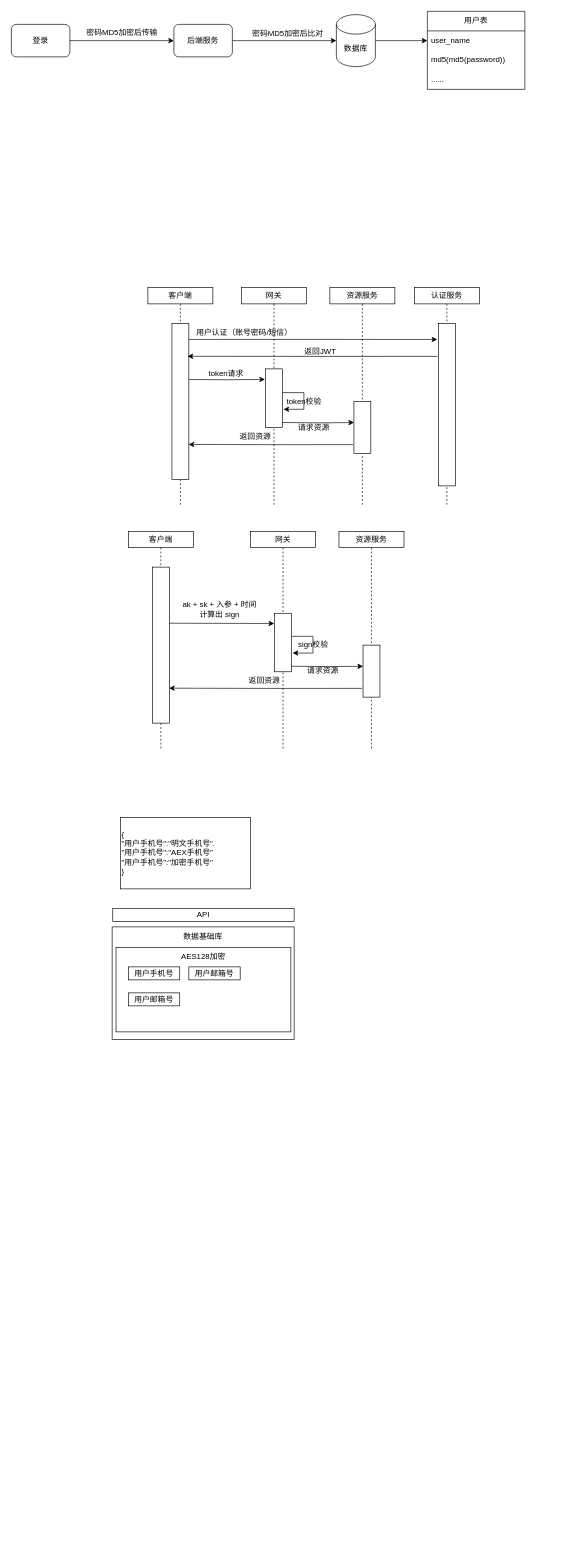
This is yzs/工业平台安全体系.drawio from yanglei1992/documents, a draw.io file, before an edit. Source tidied: cells renumbered, new cells numbered last; positions are measured from the earlier drawing's top-left corner, leaving out a move shared by most shapes. Both pictures are drawn from the tidied source at 65%, with x=0, y=0 at pixel (11, 11).
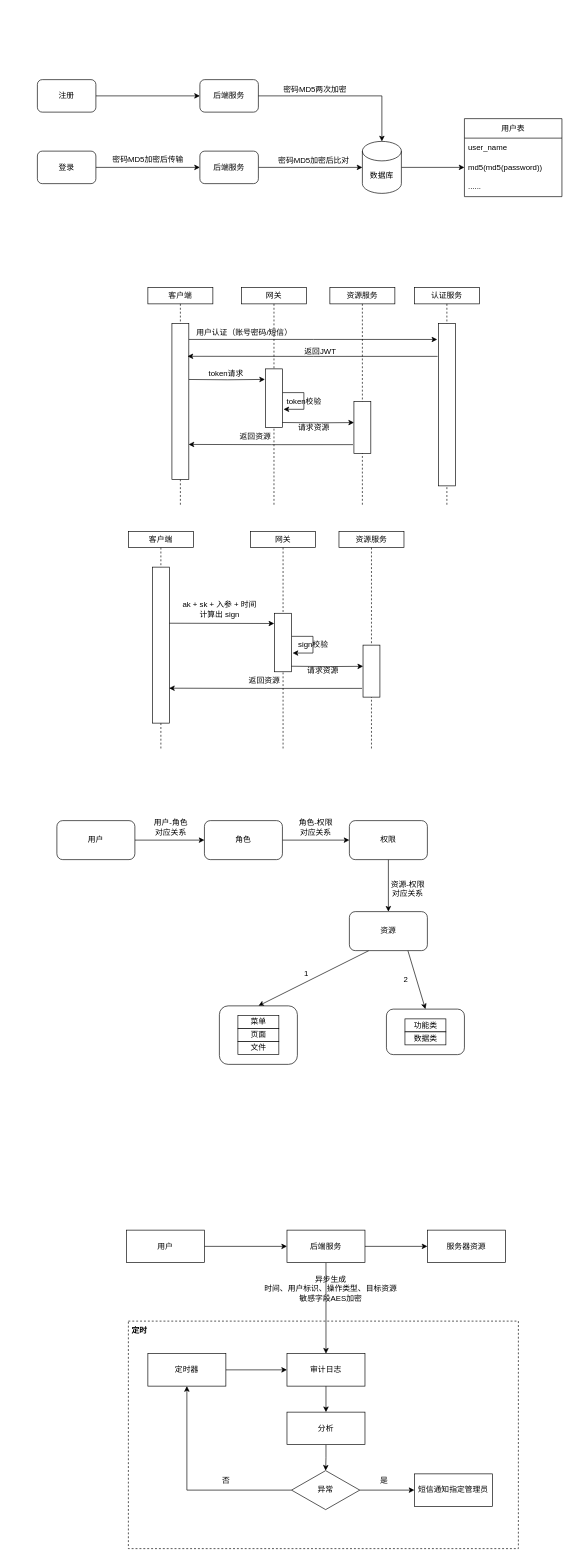
The same diagram, later.

Commit message:
更新工业平台安全体系.drawio

Unchanged cells that the change refers to:
```xml
<mxCell id="12" value="user_name" style="text;strokeColor=none;fillColor=none;align=left;verticalAlign=middle;spacingLeft=4;spacingRight=4;overflow=hidden;points=[[0,0.5],[1,0.5]];portConstraint=eastwest;whiteSpace=wrap;html=1;" parent="11" vertex="1">
  <mxGeometry y="30" width="150" height="30" as="geometry" />
</mxCell>
<mxCell id="13" value="md5(md5(password))" style="text;strokeColor=none;fillColor=none;align=left;verticalAlign=middle;spacingLeft=4;spacingRight=4;overflow=hidden;points=[[0,0.5],[1,0.5]];portConstraint=eastwest;whiteSpace=wrap;html=1;" parent="11" vertex="1">
  <mxGeometry y="60" width="150" height="30" as="geometry" />
</mxCell>
```

Change to the diagram source:
```diff
@@
-    <mxCell id="2" value="数据基础库" style="rounded=0;whiteSpace=wrap;html=1;verticalAlign=top;" parent="1" vertex="1">
-      <mxGeometry x="155" y="1408.5" width="280" height="173" as="geometry" />
-    </mxCell>
+    <mxCell id="55" value="&amp;nbsp;定时" style="whiteSpace=wrap;html=1;verticalAlign=top;fontStyle=1;align=left;dashed=1;" parent="1" vertex="1">
+      <mxGeometry x="180" y="2015" width="600" height="350" as="geometry" />
+    </mxCell>
@@
     <mxCell id="4" value="登录" style="rounded=1;whiteSpace=wrap;html=1;" parent="1" vertex="1">
-      <mxGeometry y="20" width="90" height="50" as="geometry" />
+      <mxGeometry x="40" y="215" width="90" height="50" as="geometry" />
     </mxCell>
@@
     <mxCell id="6" value="后端服务" style="rounded=1;whiteSpace=wrap;html=1;" parent="1" vertex="1">
-      <mxGeometry x="250" y="20" width="90" height="50" as="geometry" />
+      <mxGeometry x="290" y="215" width="90" height="50" as="geometry" />
     </mxCell>
     <mxCell id="7" value="密码MD5加密后传输" style="text;html=1;align=center;verticalAlign=middle;strokeColor=none;fillColor=none;" parent="1" vertex="1">
-      <mxGeometry x="105" y="18" width="130" height="30" as="geometry" />
+      <mxGeometry x="145" y="213" width="130" height="30" as="geometry" />
     </mxCell>
     <mxCell id="8" value="密码MD5加密后比对" style="text;html=1;align=center;verticalAlign=middle;strokeColor=none;fillColor=none;" parent="1" vertex="1">
-      <mxGeometry x="360" y="20" width="130" height="30" as="geometry" />
+      <mxGeometry x="400" y="215" width="130" height="30" as="geometry" />
     </mxCell>
-    <mxCell id="9" style="edgeStyle=orthogonalEdgeStyle;rounded=0;jettySize=auto;html=1;exitX=1;exitY=0.5;exitDx=0;exitDy=0;exitPerimeter=0;entryX=0;entryY=0.5;entryDx=0;entryDy=0;" parent="1" edge="1" source="10" target="12">
+    <mxCell id="9" style="edgeStyle=orthogonalEdgeStyle;rounded=0;jettySize=auto;html=1;exitX=1;exitY=0.5;exitDx=0;exitDy=0;exitPerimeter=0;entryX=0;entryY=0.5;entryDx=0;entryDy=0;" parent="1" edge="1" source="10" target="13">
       <mxGeometry relative="1" as="geometry" />
     </mxCell>
     <mxCell id="10" value="数据库" style="shape=cylinder3;whiteSpace=wrap;html=1;boundedLbl=1;backgroundOutline=1;size=15;" parent="1" vertex="1">
-      <mxGeometry x="500" y="5" width="60" height="80" as="geometry" />
+      <mxGeometry x="540" y="200" width="60" height="80" as="geometry" />
     </mxCell>
     <mxCell id="11" value="用户表" style="swimlane;fontStyle=0;horizontal=1;startSize=30;whiteSpace=wrap;html=1;" parent="1" vertex="1">
-      <mxGeometry x="640" width="150" height="120" as="geometry" />
+      <mxGeometry x="697" y="165" width="150" height="120" as="geometry" />
     </mxCell>
@@
-    <mxCell id="49" value="AES128加密" style="rounded=0;whiteSpace=wrap;html=1;verticalAlign=top;" parent="1" vertex="1">
-      <mxGeometry x="161" y="1440" width="269" height="130" as="geometry" />
-    </mxCell>
-    <mxCell id="50" value="用户手机号" style="rounded=0;whiteSpace=wrap;html=1;" parent="1" vertex="1">
-      <mxGeometry x="180" y="1470" width="79" height="20" as="geometry" />
-    </mxCell>
-    <mxCell id="51" value="用户邮箱号" style="rounded=0;whiteSpace=wrap;html=1;" parent="1" vertex="1">
-      <mxGeometry x="273" y="1470" width="79" height="20" as="geometry" />
-    </mxCell>
-    <mxCell id="52" value="用户邮箱号" style="rounded=0;whiteSpace=wrap;html=1;" parent="1" vertex="1">
-      <mxGeometry x="180" y="1510" width="79" height="20" as="geometry" />
-    </mxCell>
-    <mxCell id="53" value="API" style="rounded=0;whiteSpace=wrap;html=1;" parent="1" vertex="1">
-      <mxGeometry x="156" y="1380" width="279" height="20" as="geometry" />
-    </mxCell>
-    <mxCell id="54" value="{&lt;br&gt;&lt;span style=&quot;background-color: initial;&quot;&gt;&quot;用户手机号&quot;:&quot;明文手机号&quot;.&lt;br&gt;&lt;/span&gt;&quot;用户手机号&quot;:&quot;AEX手机号&quot;&lt;br style=&quot;border-color: var(--border-color);&quot;&gt;&quot;用户手机号&quot;:&quot;加密手机号&quot;&lt;br&gt;}" style="rounded=0;whiteSpace=wrap;html=1;align=left;" parent="1" vertex="1">
-      <mxGeometry x="168" y="1240" width="200" height="110" as="geometry" />
-    </mxCell>
+    <mxCell id="56" style="edgeStyle=orthogonalEdgeStyle;rounded=0;jettySize=auto;html=1;exitX=1;exitY=0.5;exitDx=0;exitDy=0;entryX=0;entryY=0.5;entryDx=0;entryDy=0;" parent="1" edge="1" source="57" target="59">
+      <mxGeometry relative="1" as="geometry" />
+    </mxCell>
+    <mxCell id="57" value="用户" style="rounded=1;whiteSpace=wrap;html=1;" parent="1" vertex="1">
+      <mxGeometry x="70" y="1245" width="120" height="60" as="geometry" />
+    </mxCell>
+    <mxCell id="58" style="edgeStyle=orthogonalEdgeStyle;rounded=0;jettySize=auto;html=1;entryX=0;entryY=0.5;entryDx=0;entryDy=0;" parent="1" edge="1" source="59" target="61">
+      <mxGeometry relative="1" as="geometry" />
+    </mxCell>
+    <mxCell id="59" value="角色" style="rounded=1;whiteSpace=wrap;html=1;" parent="1" vertex="1">
+      <mxGeometry x="297" y="1245" width="120" height="60" as="geometry" />
+    </mxCell>
+    <mxCell id="60" style="edgeStyle=orthogonalEdgeStyle;rounded=0;jettySize=auto;html=1;exitX=0.5;exitY=1;exitDx=0;exitDy=0;entryX=0.5;entryY=0;entryDx=0;entryDy=0;" parent="1" edge="1" source="61" target="64">
+      <mxGeometry relative="1" as="geometry" />
+    </mxCell>
+    <mxCell id="61" value="权限" style="rounded=1;whiteSpace=wrap;html=1;" parent="1" vertex="1">
+      <mxGeometry x="520" y="1245" width="120" height="60" as="geometry" />
+    </mxCell>
+    <mxCell id="62" style="rounded=0;jettySize=auto;html=1;exitX=0.25;exitY=1;exitDx=0;exitDy=0;entryX=0.5;entryY=0;entryDx=0;entryDy=0;" parent="1" edge="1" source="64" target="65">
+      <mxGeometry relative="1" as="geometry" />
+    </mxCell>
+    <mxCell id="63" style="rounded=0;jettySize=auto;html=1;exitX=0.75;exitY=1;exitDx=0;exitDy=0;entryX=0.5;entryY=0;entryDx=0;entryDy=0;" parent="1" edge="1" source="64" target="69">
+      <mxGeometry relative="1" as="geometry" />
+    </mxCell>
+    <mxCell id="64" value="资源" style="rounded=1;whiteSpace=wrap;html=1;" parent="1" vertex="1">
+      <mxGeometry x="520" y="1385" width="120" height="60" as="geometry" />
+    </mxCell>
+    <mxCell id="65" style="rounded=1;whiteSpace=wrap;html=1;" parent="1" vertex="1">
+      <mxGeometry x="320" y="1530" width="120" height="90" as="geometry" />
+    </mxCell>
+    <mxCell id="66" value="菜单" style="rounded=0;whiteSpace=wrap;html=1;" parent="1" vertex="1">
+      <mxGeometry x="348.5" y="1545" width="63" height="20" as="geometry" />
+    </mxCell>
+    <mxCell id="67" value="页面" style="rounded=0;whiteSpace=wrap;html=1;" parent="1" vertex="1">
+      <mxGeometry x="348.5" y="1565" width="63" height="20" as="geometry" />
+    </mxCell>
+    <mxCell id="68" value="文件" style="rounded=0;whiteSpace=wrap;html=1;" parent="1" vertex="1">
+      <mxGeometry x="348.5" y="1585" width="63" height="20" as="geometry" />
+    </mxCell>
+    <mxCell id="69" style="rounded=1;whiteSpace=wrap;html=1;" parent="1" vertex="1">
+      <mxGeometry x="577" y="1535" width="120" height="70" as="geometry" />
+    </mxCell>
+    <mxCell id="70" value="功能类" style="rounded=0;whiteSpace=wrap;html=1;" parent="1" vertex="1">
+      <mxGeometry x="605.5" y="1550" width="63" height="20" as="geometry" />
+    </mxCell>
+    <mxCell id="71" value="数据类" style="rounded=0;whiteSpace=wrap;html=1;" parent="1" vertex="1">
+      <mxGeometry x="605.5" y="1570" width="63" height="20" as="geometry" />
+    </mxCell>
+    <mxCell id="72" value="资源-权限对应关系" style="text;html=1;strokeColor=none;fillColor=none;align=center;verticalAlign=middle;whiteSpace=wrap;rounded=0;" parent="1" vertex="1">
+      <mxGeometry x="580" y="1335" width="60" height="30" as="geometry" />
+    </mxCell>
+    <mxCell id="73" value="角色-权限&lt;br&gt;对应关系" style="text;html=1;align=center;verticalAlign=middle;strokeColor=none;fillColor=none;" parent="1" vertex="1">
+      <mxGeometry x="428" y="1235" width="80" height="40" as="geometry" />
+    </mxCell>
+    <mxCell id="74" value="用户-角色&lt;br&gt;对应关系" style="text;html=1;align=center;verticalAlign=middle;strokeColor=none;fillColor=none;" parent="1" vertex="1">
+      <mxGeometry x="205" y="1235" width="80" height="40" as="geometry" />
+    </mxCell>
+    <mxCell id="75" value="1" style="text;html=1;strokeColor=none;fillColor=none;align=center;verticalAlign=middle;whiteSpace=wrap;rounded=0;" parent="1" vertex="1">
+      <mxGeometry x="424" y="1465" width="60" height="30" as="geometry" />
+    </mxCell>
+    <mxCell id="76" value="2" style="text;html=1;strokeColor=none;fillColor=none;align=center;verticalAlign=middle;whiteSpace=wrap;rounded=0;" parent="1" vertex="1">
+      <mxGeometry x="577" y="1475" width="60" height="30" as="geometry" />
+    </mxCell>
+    <mxCell id="77" style="edgeStyle=orthogonalEdgeStyle;rounded=0;jettySize=auto;html=1;exitX=1;exitY=0.5;exitDx=0;exitDy=0;entryX=0;entryY=0.5;entryDx=0;entryDy=0;" parent="1" edge="1" source="78" target="79">
+      <mxGeometry relative="1" as="geometry" />
+    </mxCell>
+    <mxCell id="78" value="注册" style="rounded=1;whiteSpace=wrap;html=1;" parent="1" vertex="1">
+      <mxGeometry x="40" y="105" width="90" height="50" as="geometry" />
+    </mxCell>
+    <mxCell id="79" value="后端服务" style="rounded=1;whiteSpace=wrap;html=1;" parent="1" vertex="1">
+      <mxGeometry x="290" y="105" width="90" height="50" as="geometry" />
+    </mxCell>
+    <mxCell id="80" style="edgeStyle=orthogonalEdgeStyle;rounded=0;jettySize=auto;html=1;exitX=1;exitY=0.5;exitDx=0;exitDy=0;entryX=0.5;entryY=0;entryDx=0;entryDy=0;entryPerimeter=0;" parent="1" edge="1" source="79" target="10">
+      <mxGeometry relative="1" as="geometry" />
+    </mxCell>
+    <mxCell id="81" value="密码MD5两次加密" style="text;html=1;align=center;verticalAlign=middle;strokeColor=none;fillColor=none;" parent="1" vertex="1">
+      <mxGeometry x="406.5" y="105" width="120" height="30" as="geometry" />
+    </mxCell>
+    <mxCell id="82" style="edgeStyle=orthogonalEdgeStyle;rounded=0;jettySize=auto;html=1;exitX=1;exitY=0.5;exitDx=0;exitDy=0;" parent="1" edge="1" source="83" target="86">
+      <mxGeometry relative="1" as="geometry" />
+    </mxCell>
+    <mxCell id="83" value="用户" style="rounded=0;whiteSpace=wrap;html=1;" parent="1" vertex="1">
+      <mxGeometry x="177" y="1875" width="120" height="50" as="geometry" />
+    </mxCell>
+    <mxCell id="84" style="edgeStyle=orthogonalEdgeStyle;rounded=0;jettySize=auto;html=1;exitX=1;exitY=0.5;exitDx=0;exitDy=0;" parent="1" edge="1" source="86" target="87">
+      <mxGeometry relative="1" as="geometry" />
+    </mxCell>
+    <mxCell id="85" style="edgeStyle=orthogonalEdgeStyle;rounded=0;jettySize=auto;html=1;exitX=0.5;exitY=1;exitDx=0;exitDy=0;entryX=0.5;entryY=0;entryDx=0;entryDy=0;" parent="1" edge="1" source="86" target="89">
+      <mxGeometry relative="1" as="geometry" />
+    </mxCell>
+    <mxCell id="86" value="后端服务" style="rounded=0;whiteSpace=wrap;html=1;" parent="1" vertex="1">
+      <mxGeometry x="424" y="1875" width="120" height="50" as="geometry" />
+    </mxCell>
+    <mxCell id="87" value="服务器资源" style="rounded=0;whiteSpace=wrap;html=1;" parent="1" vertex="1">
+      <mxGeometry x="640" y="1875" width="120" height="50" as="geometry" />
+    </mxCell>
+    <mxCell id="88" style="edgeStyle=orthogonalEdgeStyle;rounded=0;jettySize=auto;html=1;exitX=0.5;exitY=1;exitDx=0;exitDy=0;entryX=0.5;entryY=0;entryDx=0;entryDy=0;" parent="1" edge="1" source="89" target="94">
+      <mxGeometry relative="1" as="geometry" />
+    </mxCell>
+    <mxCell id="89" value="审计日志" style="rounded=0;whiteSpace=wrap;html=1;" parent="1" vertex="1">
+      <mxGeometry x="424" y="2065" width="120" height="50" as="geometry" />
+    </mxCell>
+    <mxCell id="90" value="异步生成&lt;br&gt;时间、用户标识、操作类型、目标资源&lt;br&gt;敏感字段AES加密" style="text;html=1;align=center;verticalAlign=middle;strokeColor=none;fillColor=none;" parent="1" vertex="1">
+      <mxGeometry x="375.5" y="1935" width="230" height="60" as="geometry" />
+    </mxCell>
+    <mxCell id="91" style="edgeStyle=orthogonalEdgeStyle;rounded=0;jettySize=auto;html=1;" parent="1" edge="1" source="92" target="89">
+      <mxGeometry relative="1" as="geometry" />
+    </mxCell>
+    <mxCell id="92" value="定时器" style="rounded=0;whiteSpace=wrap;html=1;" parent="1" vertex="1">
+      <mxGeometry x="210" y="2065" width="120" height="50" as="geometry" />
+    </mxCell>
+    <mxCell id="93" style="edgeStyle=orthogonalEdgeStyle;rounded=0;jettySize=auto;html=1;exitX=0.5;exitY=1;exitDx=0;exitDy=0;entryX=0.5;entryY=0;entryDx=0;entryDy=0;" parent="1" edge="1" source="94" target="97">
+      <mxGeometry relative="1" as="geometry" />
+    </mxCell>
+    <mxCell id="94" value="分析" style="rounded=0;whiteSpace=wrap;html=1;" parent="1" vertex="1">
+      <mxGeometry x="424" y="2155" width="120" height="50" as="geometry" />
+    </mxCell>
+    <mxCell id="95" style="edgeStyle=orthogonalEdgeStyle;rounded=0;jettySize=auto;html=1;exitX=1;exitY=0.5;exitDx=0;exitDy=0;entryX=0;entryY=0.5;entryDx=0;entryDy=0;" parent="1" edge="1" source="97" target="98">
+      <mxGeometry relative="1" as="geometry" />
+    </mxCell>
+    <mxCell id="96" style="edgeStyle=orthogonalEdgeStyle;rounded=0;jettySize=auto;html=1;entryX=0.5;entryY=1;entryDx=0;entryDy=0;" parent="1" edge="1" source="97" target="92">
+      <mxGeometry relative="1" as="geometry" />
+    </mxCell>
+    <mxCell id="97" value="异常" style="rhombus;whiteSpace=wrap;html=1;" parent="1" vertex="1">
+      <mxGeometry x="431" y="2245" width="105" height="60" as="geometry" />
+    </mxCell>
+    <mxCell id="98" value="短信通知指定管理员" style="rounded=0;whiteSpace=wrap;html=1;" parent="1" vertex="1">
+      <mxGeometry x="620" y="2250" width="120" height="50" as="geometry" />
+    </mxCell>
+    <mxCell id="99" value="是" style="text;html=1;align=center;verticalAlign=middle;strokeColor=none;fillColor=none;" parent="1" vertex="1">
+      <mxGeometry x="553" y="2245" width="40" height="30" as="geometry" />
+    </mxCell>
+    <mxCell id="100" value="否" style="text;html=1;align=center;verticalAlign=middle;strokeColor=none;fillColor=none;" parent="1" vertex="1">
+      <mxGeometry x="310" y="2245" width="40" height="30" as="geometry" />
+    </mxCell>
```
